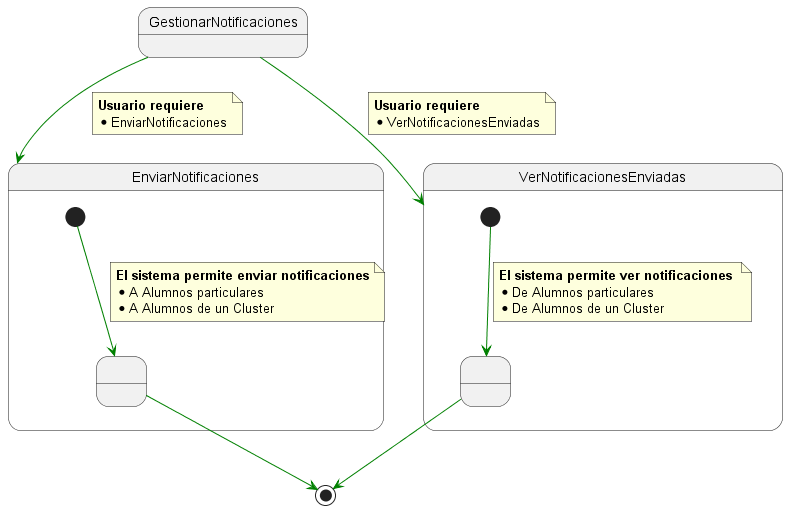
The PlantUML diagram 000-entregas/Grupo1/DetalleCasosDeUso/images/GestionarNotificaciones.png in mmasias/IdSw1-22-23, before a commit.
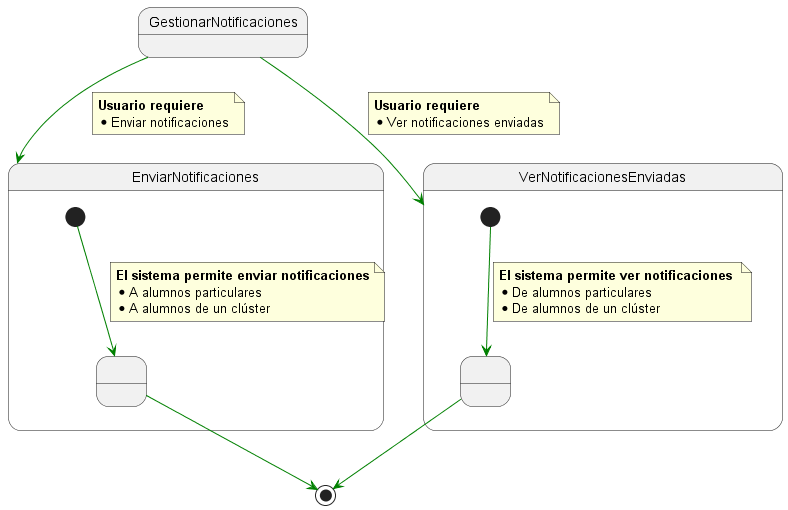
Above is the later version.

Diff of the diagram source:
```diff
@@ -10,8 +10,8 @@
 
   note on link
     <b>El sistema permite enviar notificaciones
-    * A Alumnos particulares
-    * A Alumnos de un Cluster
+    * A alumnos particulares
+    * A alumnos de un clúster
   end note
 
 }
@@ -24,8 +24,8 @@
 
   note on link
     <b>El sistema permite ver notificaciones
-    * De Alumnos particulares
-    * De Alumnos de un Cluster
+    * De alumnos particulares
+    * De alumnos de un clúster
   end note
 
 }
@@ -34,14 +34,14 @@
 
 note on link
  <b>Usuario requiere
- * EnviarNotificaciones
+ * Enviar notificaciones
 end note
 
 GestionarNotificaciones-[#green]-> VerNotificacionesEnviadas
 
 note on link
  <b>Usuario requiere
- * VerNotificacionesEnviadas
+ * Ver notificaciones enviadas
 end note
 
 state1 -[#green]-> [*]
```
